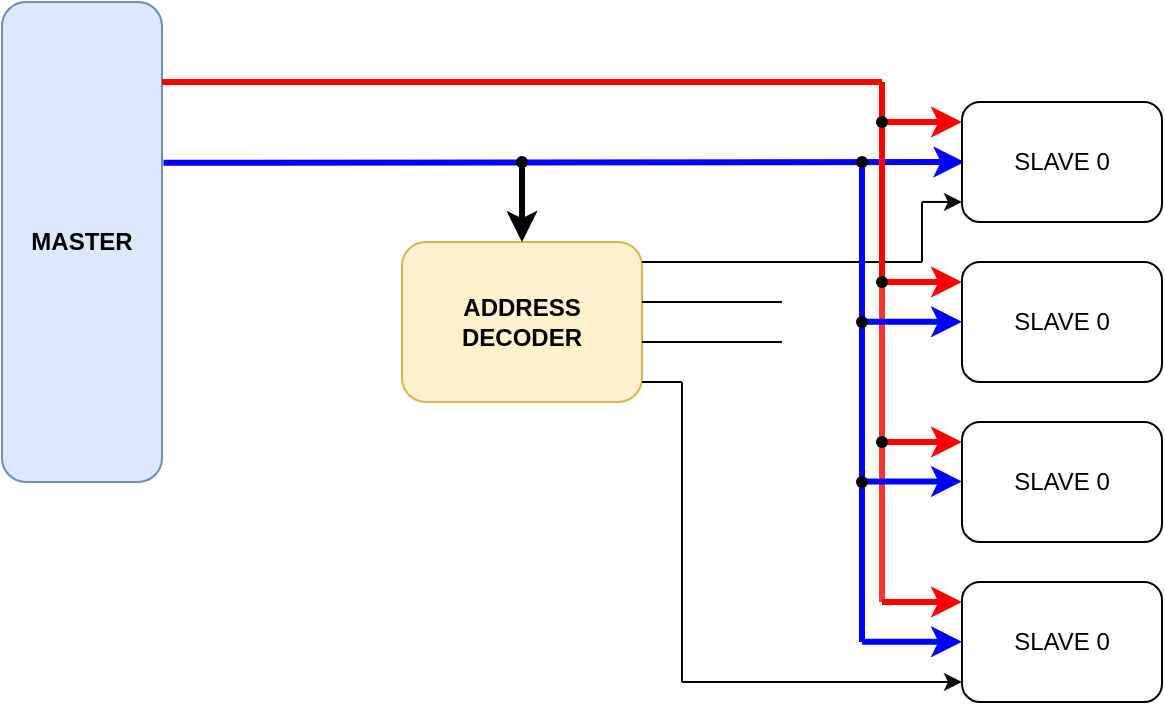
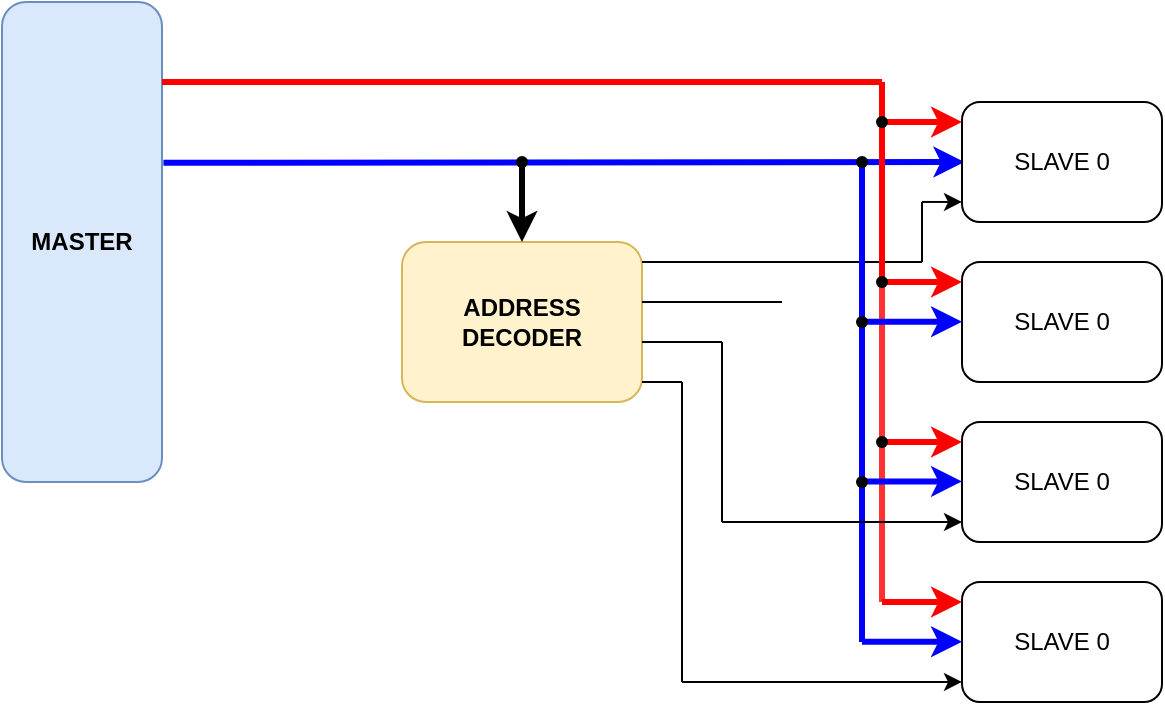
<mxfile host="app.diagrams.net" agent="Mozilla/5.0 (Windows NT 10.0; Win64; x64) AppleWebKit/537.36 (KHTML, like Gecko) Chrome/144.0.0.0 Safari/537.36 Edg/144.0.0.0" pages="4">
  <diagram id="00dOMP4ly3Yvcw6Omt_P" name="AHB Block Diagram">
    <mxGraphModel dx="255" dy="368" grid="1" gridSize="10" guides="1" tooltips="1" connect="1" arrows="1" fold="1" page="1" pageScale="1" pageWidth="850" pageHeight="1100" math="0" shadow="0">
      <root>
        <mxCell id="0" />
        <mxCell id="1" parent="0" />
        <mxCell id="WVtcaOnAu4kVJNJomXHp-1" parent="1" style="rounded=1;whiteSpace=wrap;html=1;fillColor=#dae8fc;strokeColor=#6c8ebf;" value="&lt;b&gt;MASTER&lt;/b&gt;" vertex="1">
          <mxGeometry height="240" width="80" x="80" y="160" as="geometry" />
        </mxCell>
        <mxCell id="WVtcaOnAu4kVJNJomXHp-3" parent="1" style="rounded=1;whiteSpace=wrap;html=1;fillColor=#fff2cc;strokeColor=#d6b656;" value="&lt;b&gt;ADDRESS DECODER&lt;/b&gt;" vertex="1">
          <mxGeometry height="80" width="120" x="280" y="280" as="geometry" />
        </mxCell>
        <mxCell id="WVtcaOnAu4kVJNJomXHp-4" edge="1" parent="1" source="WVtcaOnAu4kVJNJomXHp-1" style="endArrow=classic;html=1;rounded=0;exitX=1.009;exitY=0.335;exitDx=0;exitDy=0;exitPerimeter=0;strokeWidth=3;strokeColor=#0000FF;" value="">
          <mxGeometry height="50" relative="1" width="50" as="geometry">
            <mxPoint x="170" y="240" as="sourcePoint" />
            <mxPoint x="561.2" y="240" as="targetPoint" />
          </mxGeometry>
        </mxCell>
        <mxCell id="WVtcaOnAu4kVJNJomXHp-5" edge="1" parent="1" source="WVtcaOnAu4kVJNJomXHp-6" style="endArrow=classic;html=1;rounded=0;entryX=0.5;entryY=0;entryDx=0;entryDy=0;strokeWidth=3;" target="WVtcaOnAu4kVJNJomXHp-3" value="">
          <mxGeometry height="50" relative="1" width="50" as="geometry">
            <mxPoint x="340" y="240" as="sourcePoint" />
            <mxPoint x="390" y="190" as="targetPoint" />
          </mxGeometry>
        </mxCell>
        <mxCell id="WVtcaOnAu4kVJNJomXHp-6" parent="1" style="shape=waypoint;sketch=0;fillStyle=solid;size=6;pointerEvents=1;points=[];fillColor=none;resizable=0;rotatable=0;perimeter=centerPerimeter;snapToPoint=1;" value="" vertex="1">
          <mxGeometry height="20" width="20" x="330" y="230" as="geometry" />
        </mxCell>
        <mxCell id="WVtcaOnAu4kVJNJomXHp-7" parent="1" style="rounded=1;whiteSpace=wrap;html=1;" value="SLAVE 0" vertex="1">
          <mxGeometry height="60" width="100" x="560" y="210" as="geometry" />
        </mxCell>
        <mxCell id="WVtcaOnAu4kVJNJomXHp-8" parent="1" style="rounded=1;whiteSpace=wrap;html=1;" value="SLAVE 0" vertex="1">
          <mxGeometry height="60" width="100" x="560" y="290" as="geometry" />
        </mxCell>
        <mxCell id="WVtcaOnAu4kVJNJomXHp-9" parent="1" style="rounded=1;whiteSpace=wrap;html=1;" value="SLAVE 0" vertex="1">
          <mxGeometry height="60" width="100" x="560" y="370" as="geometry" />
        </mxCell>
        <mxCell id="WVtcaOnAu4kVJNJomXHp-10" parent="1" style="rounded=1;whiteSpace=wrap;html=1;" value="SLAVE 0" vertex="1">
          <mxGeometry height="60" width="100" x="560" y="450" as="geometry" />
        </mxCell>
        <mxCell id="WVtcaOnAu4kVJNJomXHp-11" edge="1" parent="1" source="WVtcaOnAu4kVJNJomXHp-3" style="endArrow=none;html=1;rounded=0;exitX=1;exitY=0.125;exitDx=0;exitDy=0;exitPerimeter=0;" value="">
          <mxGeometry height="50" relative="1" width="50" as="geometry">
            <mxPoint x="410" y="290" as="sourcePoint" />
            <mxPoint x="540" y="290" as="targetPoint" />
          </mxGeometry>
        </mxCell>
        <mxCell id="WVtcaOnAu4kVJNJomXHp-12" edge="1" parent="1" style="endArrow=none;html=1;rounded=0;" value="">
          <mxGeometry height="50" relative="1" width="50" as="geometry">
            <mxPoint x="540" y="290" as="sourcePoint" />
            <mxPoint x="540" y="260" as="targetPoint" />
          </mxGeometry>
        </mxCell>
        <mxCell id="WVtcaOnAu4kVJNJomXHp-13" edge="1" parent="1" style="endArrow=classic;html=1;rounded=0;entryX=0;entryY=0.833;entryDx=0;entryDy=0;entryPerimeter=0;" target="WVtcaOnAu4kVJNJomXHp-7" value="">
          <mxGeometry height="50" relative="1" width="50" as="geometry">
            <mxPoint x="540" y="259.98" as="sourcePoint" />
            <mxPoint x="540" y="260" as="targetPoint" />
          </mxGeometry>
        </mxCell>
        <mxCell id="WVtcaOnAu4kVJNJomXHp-18" edge="1" parent="1" style="endArrow=none;html=1;rounded=0;strokeWidth=3;strokeColor=#FF0000;" value="">
          <mxGeometry height="50" relative="1" width="50" as="geometry">
            <mxPoint x="160" y="200" as="sourcePoint" />
            <mxPoint x="520" y="200" as="targetPoint" />
          </mxGeometry>
        </mxCell>
        <mxCell id="WVtcaOnAu4kVJNJomXHp-19" edge="1" parent="1" source="WVtcaOnAu4kVJNJomXHp-25" style="endArrow=none;html=1;rounded=0;strokeWidth=3;strokeColor=#FF0000;" value="">
          <mxGeometry height="50" relative="1" width="50" as="geometry">
            <mxPoint x="520" y="380" as="sourcePoint" />
            <mxPoint x="520" y="200" as="targetPoint" />
          </mxGeometry>
        </mxCell>
        <mxCell id="WVtcaOnAu4kVJNJomXHp-20" edge="1" parent="1" style="endArrow=classic;html=1;rounded=0;entryX=0;entryY=0.167;entryDx=0;entryDy=0;entryPerimeter=0;strokeWidth=3;strokeColor=#FF0000;" target="WVtcaOnAu4kVJNJomXHp-7" value="">
          <mxGeometry height="50" relative="1" width="50" as="geometry">
            <mxPoint x="520" y="220" as="sourcePoint" />
            <mxPoint x="570" y="170" as="targetPoint" />
          </mxGeometry>
        </mxCell>
        <mxCell id="WVtcaOnAu4kVJNJomXHp-22" edge="1" parent="1" style="endArrow=classic;html=1;rounded=0;entryX=0;entryY=0.167;entryDx=0;entryDy=0;entryPerimeter=0;strokeWidth=3;strokeColor=#FF0000;" value="">
          <mxGeometry height="50" relative="1" width="50" as="geometry">
            <mxPoint x="520" y="300" as="sourcePoint" />
            <mxPoint x="560" y="300" as="targetPoint" />
          </mxGeometry>
        </mxCell>
        <mxCell id="WVtcaOnAu4kVJNJomXHp-23" parent="1" style="shape=waypoint;sketch=0;fillStyle=solid;size=6;pointerEvents=1;points=[];fillColor=none;resizable=0;rotatable=0;perimeter=centerPerimeter;snapToPoint=1;" value="" vertex="1">
          <mxGeometry height="20" width="20" x="510" y="210" as="geometry" />
        </mxCell>
        <mxCell id="WVtcaOnAu4kVJNJomXHp-24" edge="1" parent="1" style="endArrow=classic;html=1;rounded=0;entryX=0;entryY=0.167;entryDx=0;entryDy=0;entryPerimeter=0;strokeWidth=3;strokeColor=#FF0000;" value="">
          <mxGeometry height="50" relative="1" width="50" as="geometry">
            <mxPoint x="520" y="380" as="sourcePoint" />
            <mxPoint x="560" y="380" as="targetPoint" />
          </mxGeometry>
        </mxCell>
        <mxCell id="WVtcaOnAu4kVJNJomXHp-26" edge="1" parent="1" style="endArrow=none;html=1;rounded=0;strokeWidth=3;strokeColor=#FF3333;" target="WVtcaOnAu4kVJNJomXHp-25" value="">
          <mxGeometry height="50" relative="1" width="50" as="geometry">
            <mxPoint x="520" y="460" as="sourcePoint" />
            <mxPoint x="520" y="200" as="targetPoint" />
          </mxGeometry>
        </mxCell>
        <mxCell id="WVtcaOnAu4kVJNJomXHp-25" parent="1" style="shape=waypoint;sketch=0;fillStyle=solid;size=6;pointerEvents=1;points=[];fillColor=none;resizable=0;rotatable=0;perimeter=centerPerimeter;snapToPoint=1;" value="" vertex="1">
          <mxGeometry height="20" width="20" x="510" y="290" as="geometry" />
        </mxCell>
        <mxCell id="WVtcaOnAu4kVJNJomXHp-27" edge="1" parent="1" style="endArrow=none;html=1;rounded=0;strokeWidth=3;strokeColor=#0000FF;" target="WVtcaOnAu4kVJNJomXHp-30" value="">
          <mxGeometry height="50" relative="1" width="50" as="geometry">
            <mxPoint x="510" y="480" as="sourcePoint" />
            <mxPoint x="510" y="240" as="targetPoint" />
          </mxGeometry>
        </mxCell>
        <mxCell id="WVtcaOnAu4kVJNJomXHp-28" edge="1" parent="1" style="endArrow=classic;html=1;rounded=0;entryX=0;entryY=0.167;entryDx=0;entryDy=0;entryPerimeter=0;strokeWidth=3;strokeColor=#0000FF;" value="">
          <mxGeometry height="50" relative="1" width="50" as="geometry">
            <mxPoint x="510" y="399.72" as="sourcePoint" />
            <mxPoint x="560" y="399.72" as="targetPoint" />
          </mxGeometry>
        </mxCell>
        <mxCell id="WVtcaOnAu4kVJNJomXHp-29" edge="1" parent="1" style="endArrow=classic;html=1;rounded=0;entryX=0;entryY=0.167;entryDx=0;entryDy=0;entryPerimeter=0;strokeWidth=3;strokeColor=#0000FF;" value="">
          <mxGeometry height="50" relative="1" width="50" as="geometry">
            <mxPoint x="510" y="319.86" as="sourcePoint" />
            <mxPoint x="560" y="319.86" as="targetPoint" />
          </mxGeometry>
        </mxCell>
        <mxCell id="WVtcaOnAu4kVJNJomXHp-30" parent="1" style="shape=waypoint;sketch=0;fillStyle=solid;size=6;pointerEvents=1;points=[];fillColor=none;resizable=0;rotatable=0;perimeter=centerPerimeter;snapToPoint=1;" value="" vertex="1">
          <mxGeometry height="20" width="20" x="500.0000000000001" y="230" as="geometry" />
        </mxCell>
        <mxCell id="WVtcaOnAu4kVJNJomXHp-31" parent="1" style="shape=waypoint;sketch=0;fillStyle=solid;size=6;pointerEvents=1;points=[];fillColor=none;resizable=0;rotatable=0;perimeter=centerPerimeter;snapToPoint=1;" value="" vertex="1">
          <mxGeometry height="20" width="20" x="500" y="310" as="geometry" />
        </mxCell>
        <mxCell id="WVtcaOnAu4kVJNJomXHp-32" edge="1" parent="1" style="endArrow=classic;html=1;rounded=0;entryX=0;entryY=0.167;entryDx=0;entryDy=0;entryPerimeter=0;strokeWidth=3;strokeColor=#FF0000;" value="">
          <mxGeometry height="50" relative="1" width="50" as="geometry">
            <mxPoint x="520" y="460" as="sourcePoint" />
            <mxPoint x="560" y="460" as="targetPoint" />
          </mxGeometry>
        </mxCell>
        <mxCell id="WVtcaOnAu4kVJNJomXHp-33" edge="1" parent="1" style="endArrow=classic;html=1;rounded=0;entryX=0;entryY=0.167;entryDx=0;entryDy=0;entryPerimeter=0;strokeWidth=3;strokeColor=#0000FF;" value="">
          <mxGeometry height="50" relative="1" width="50" as="geometry">
            <mxPoint x="510" y="479.88" as="sourcePoint" />
            <mxPoint x="560" y="479.88" as="targetPoint" />
          </mxGeometry>
        </mxCell>
        <mxCell id="WVtcaOnAu4kVJNJomXHp-34" parent="1" style="shape=waypoint;sketch=0;fillStyle=solid;size=6;pointerEvents=1;points=[];fillColor=none;resizable=0;rotatable=0;perimeter=centerPerimeter;snapToPoint=1;" value="" vertex="1">
          <mxGeometry height="20" width="20" x="510" y="370" as="geometry" />
        </mxCell>
        <mxCell id="WVtcaOnAu4kVJNJomXHp-35" parent="1" style="shape=waypoint;sketch=0;fillStyle=solid;size=6;pointerEvents=1;points=[];fillColor=none;resizable=0;rotatable=0;perimeter=centerPerimeter;snapToPoint=1;" value="" vertex="1">
          <mxGeometry height="20" width="20" x="500" y="390" as="geometry" />
        </mxCell>
        <mxCell id="WVtcaOnAu4kVJNJomXHp-38" edge="1" parent="1" style="endArrow=none;html=1;rounded=0;" value="">
          <mxGeometry height="50" relative="1" width="50" as="geometry">
            <mxPoint x="400" y="310" as="sourcePoint" />
            <mxPoint x="470" y="310" as="targetPoint" />
          </mxGeometry>
        </mxCell>
        <mxCell id="WVtcaOnAu4kVJNJomXHp-39" edge="1" parent="1" style="endArrow=none;html=1;rounded=0;" value="">
          <mxGeometry height="50" relative="1" width="50" as="geometry">
            <mxPoint x="400" y="330" as="sourcePoint" />
-             <mxPoint x="470" y="330" as="targetPoint" />
+             <mxPoint x="440" y="330" as="targetPoint" />
          </mxGeometry>
        </mxCell>
        <mxCell id="WVtcaOnAu4kVJNJomXHp-40" edge="1" parent="1" style="endArrow=none;html=1;rounded=0;" value="">
          <mxGeometry height="50" relative="1" width="50" as="geometry">
            <mxPoint x="400" y="350" as="sourcePoint" />
            <mxPoint x="420" y="350" as="targetPoint" />
          </mxGeometry>
        </mxCell>
        <mxCell id="WVtcaOnAu4kVJNJomXHp-41" edge="1" parent="1" style="endArrow=none;html=1;rounded=0;" value="">
          <mxGeometry height="50" relative="1" width="50" as="geometry">
            <mxPoint x="420" y="500" as="sourcePoint" />
            <mxPoint x="420" y="350" as="targetPoint" />
          </mxGeometry>
        </mxCell>
        <mxCell id="WVtcaOnAu4kVJNJomXHp-42" edge="1" parent="1" style="endArrow=classic;html=1;rounded=0;entryX=0;entryY=0.833;entryDx=0;entryDy=0;entryPerimeter=0;" target="WVtcaOnAu4kVJNJomXHp-10" value="">
          <mxGeometry height="50" relative="1" width="50" as="geometry">
            <mxPoint x="420" y="500" as="sourcePoint" />
            <mxPoint x="470" y="450" as="targetPoint" />
+           </mxGeometry>
+         </mxCell>
+         <mxCell id="WVtcaOnAu4kVJNJomXHp-43" edge="1" parent="1" style="endArrow=none;html=1;rounded=0;" value="">
+           <mxGeometry height="50" relative="1" width="50" as="geometry">
+             <mxPoint x="440" y="420" as="sourcePoint" />
+             <mxPoint x="440" y="330" as="targetPoint" />
+           </mxGeometry>
+         </mxCell>
+         <mxCell id="WVtcaOnAu4kVJNJomXHp-44" edge="1" parent="1" style="endArrow=classic;html=1;rounded=0;entryX=0;entryY=0.833;entryDx=0;entryDy=0;entryPerimeter=0;" value="">
+           <mxGeometry height="50" relative="1" width="50" as="geometry">
+             <mxPoint x="440" y="420" as="sourcePoint" />
+             <mxPoint x="560" y="420" as="targetPoint" />
          </mxGeometry>
        </mxCell>
      </root>
    </mxGraphModel>
  </diagram>
  <diagram name="AHB Interface" id="AxdGKtdG9Rmgfqjtrl1U">
    <mxGraphModel dx="2046" dy="1106" grid="1" gridSize="10" guides="1" tooltips="1" connect="1" arrows="1" fold="1" page="1" pageScale="1" pageWidth="850" pageHeight="1100" math="0" shadow="0">
      <root>
        <mxCell id="0" />
        <mxCell id="1" parent="0" />
        <mxCell id="BZ9neWvH9tw47nREzwFn-1" parent="1" style="rounded=0;whiteSpace=wrap;html=1;" value="&lt;font style=&quot;font-size: 16px;&quot;&gt;&lt;b&gt;Manager&lt;/b&gt;&lt;/font&gt;" vertex="1">
          <mxGeometry height="200" width="120" x="400" y="80" as="geometry" />
        </mxCell>
        <mxCell id="BZ9neWvH9tw47nREzwFn-2" edge="1" parent="1" style="endArrow=classic;html=1;rounded=0;" value="">
          <mxGeometry height="50" relative="1" width="50" as="geometry">
            <mxPoint x="360" y="100" as="sourcePoint" />
            <mxPoint x="400" y="100" as="targetPoint" />
          </mxGeometry>
        </mxCell>
        <mxCell id="BZ9neWvH9tw47nREzwFn-3" edge="1" parent="1" style="endArrow=classic;html=1;rounded=0;" value="">
          <mxGeometry height="50" relative="1" width="50" as="geometry">
            <mxPoint x="360" y="120" as="sourcePoint" />
            <mxPoint x="400" y="120" as="targetPoint" />
          </mxGeometry>
        </mxCell>
        <mxCell id="BZ9neWvH9tw47nREzwFn-4" parent="1" style="text;html=1;whiteSpace=wrap;strokeColor=none;fillColor=none;align=center;verticalAlign=middle;rounded=0;fontStyle=1" value="HCLK" vertex="1">
          <mxGeometry height="20" width="40" x="320" y="90" as="geometry" />
        </mxCell>
        <mxCell id="BZ9neWvH9tw47nREzwFn-5" parent="1" style="text;html=1;whiteSpace=wrap;strokeColor=none;fillColor=none;align=center;verticalAlign=middle;rounded=0;fontStyle=1" value="HRESETn" vertex="1">
          <mxGeometry height="20" width="60" x="300" y="110" as="geometry" />
        </mxCell>
        <mxCell id="BZ9neWvH9tw47nREzwFn-6" parent="1" style="text;html=1;whiteSpace=wrap;strokeColor=none;fillColor=none;align=center;verticalAlign=middle;rounded=0;fontStyle=1" value="HREADY" vertex="1">
          <mxGeometry height="20" width="60" x="300" y="150" as="geometry" />
        </mxCell>
        <mxCell id="BZ9neWvH9tw47nREzwFn-7" edge="1" parent="1" style="endArrow=classic;html=1;rounded=0;" value="">
          <mxGeometry height="50" relative="1" width="50" as="geometry">
            <mxPoint x="360" y="160" as="sourcePoint" />
            <mxPoint x="400" y="160" as="targetPoint" />
          </mxGeometry>
        </mxCell>
        <mxCell id="BZ9neWvH9tw47nREzwFn-8" edge="1" parent="1" style="endArrow=classic;html=1;rounded=0;" value="">
          <mxGeometry height="50" relative="1" width="50" as="geometry">
            <mxPoint x="360" y="180" as="sourcePoint" />
            <mxPoint x="400" y="180" as="targetPoint" />
          </mxGeometry>
        </mxCell>
        <mxCell id="BZ9neWvH9tw47nREzwFn-9" parent="1" style="text;html=1;whiteSpace=wrap;strokeColor=none;fillColor=none;align=center;verticalAlign=middle;rounded=0;fontStyle=1" value="HSELx" vertex="1">
          <mxGeometry height="20" width="60" x="310" y="430" as="geometry" />
        </mxCell>
        <mxCell id="BZ9neWvH9tw47nREzwFn-10" edge="1" parent="1" style="endArrow=classic;html=1;rounded=0;" value="">
          <mxGeometry height="50" relative="1" width="50" as="geometry">
            <mxPoint x="360" y="260" as="sourcePoint" />
            <mxPoint x="400" y="260" as="targetPoint" />
          </mxGeometry>
        </mxCell>
        <mxCell id="BZ9neWvH9tw47nREzwFn-11" parent="1" style="text;html=1;whiteSpace=wrap;strokeColor=none;fillColor=none;align=center;verticalAlign=middle;rounded=0;fontStyle=1" value="HRDATA[31:0]" vertex="1">
          <mxGeometry height="20" width="90" x="270" y="250" as="geometry" />
        </mxCell>
        <mxCell id="BZ9neWvH9tw47nREzwFn-12" edge="1" parent="1" style="endArrow=classic;html=1;rounded=0;" value="">
          <mxGeometry height="50" relative="1" width="50" as="geometry">
            <mxPoint x="520" y="99.83" as="sourcePoint" />
            <mxPoint x="560" y="99.83" as="targetPoint" />
          </mxGeometry>
        </mxCell>
        <mxCell id="BZ9neWvH9tw47nREzwFn-13" edge="1" parent="1" style="endArrow=classic;html=1;rounded=0;" value="">
          <mxGeometry height="50" relative="1" width="50" as="geometry">
            <mxPoint x="520" y="119.83" as="sourcePoint" />
            <mxPoint x="560" y="119.83" as="targetPoint" />
          </mxGeometry>
        </mxCell>
        <mxCell id="BZ9neWvH9tw47nREzwFn-14" edge="1" parent="1" style="endArrow=classic;html=1;rounded=0;" value="">
          <mxGeometry height="50" relative="1" width="50" as="geometry">
            <mxPoint x="520" y="159.83" as="sourcePoint" />
            <mxPoint x="560" y="159.83" as="targetPoint" />
          </mxGeometry>
        </mxCell>
        <mxCell id="BZ9neWvH9tw47nREzwFn-15" edge="1" parent="1" style="endArrow=classic;html=1;rounded=0;" value="">
          <mxGeometry height="50" relative="1" width="50" as="geometry">
            <mxPoint x="520" y="140" as="sourcePoint" />
            <mxPoint x="560" y="140" as="targetPoint" />
          </mxGeometry>
        </mxCell>
        <mxCell id="BZ9neWvH9tw47nREzwFn-16" edge="1" parent="1" style="endArrow=classic;html=1;rounded=0;" value="">
          <mxGeometry height="50" relative="1" width="50" as="geometry">
            <mxPoint x="520" y="179.83" as="sourcePoint" />
            <mxPoint x="560" y="179.83" as="targetPoint" />
          </mxGeometry>
        </mxCell>
        <mxCell id="BZ9neWvH9tw47nREzwFn-17" edge="1" parent="1" style="endArrow=classic;html=1;rounded=0;" value="">
          <mxGeometry height="50" relative="1" width="50" as="geometry">
            <mxPoint x="520" y="200" as="sourcePoint" />
            <mxPoint x="560" y="200" as="targetPoint" />
          </mxGeometry>
        </mxCell>
        <mxCell id="BZ9neWvH9tw47nREzwFn-18" parent="1" style="text;html=1;whiteSpace=wrap;strokeColor=none;fillColor=none;align=center;verticalAlign=middle;rounded=0;fontStyle=1" value="HADDR[31:0]" vertex="1">
          <mxGeometry height="20" width="80" x="560" y="90" as="geometry" />
        </mxCell>
        <mxCell id="BZ9neWvH9tw47nREzwFn-19" parent="1" style="text;html=1;whiteSpace=wrap;strokeColor=none;fillColor=none;align=center;verticalAlign=middle;rounded=0;fontStyle=1" value="HWRITE" vertex="1">
          <mxGeometry height="20" width="60" x="560" y="110" as="geometry" />
        </mxCell>
        <mxCell id="BZ9neWvH9tw47nREzwFn-20" parent="1" style="text;html=1;whiteSpace=wrap;strokeColor=none;fillColor=none;align=center;verticalAlign=middle;rounded=0;fontStyle=1" value="HSIZE[2:0]" vertex="1">
          <mxGeometry height="20" width="70" x="560" y="130" as="geometry" />
        </mxCell>
        <mxCell id="BZ9neWvH9tw47nREzwFn-21" parent="1" style="text;html=1;whiteSpace=wrap;strokeColor=none;fillColor=none;align=center;verticalAlign=middle;rounded=0;fontStyle=1" value="HBURST[2:0]" vertex="1">
          <mxGeometry height="20" width="80" x="560" y="150" as="geometry" />
        </mxCell>
        <mxCell id="BZ9neWvH9tw47nREzwFn-22" parent="1" style="text;html=1;whiteSpace=wrap;strokeColor=none;fillColor=none;align=center;verticalAlign=middle;rounded=0;fontStyle=1" value="HPROT[3:0]" vertex="1">
          <mxGeometry height="20" width="80" x="560" y="170" as="geometry" />
        </mxCell>
        <mxCell id="BZ9neWvH9tw47nREzwFn-23" parent="1" style="text;html=1;whiteSpace=wrap;strokeColor=none;fillColor=none;align=center;verticalAlign=middle;rounded=0;fontStyle=1" value="HTRANS[1:0]" vertex="1">
          <mxGeometry height="20" width="80" x="560" y="190" as="geometry" />
        </mxCell>
        <mxCell id="BZ9neWvH9tw47nREzwFn-24" edge="1" parent="1" style="endArrow=classic;html=1;rounded=0;" value="">
          <mxGeometry height="50" relative="1" width="50" as="geometry">
            <mxPoint x="520" y="220" as="sourcePoint" />
            <mxPoint x="560" y="220" as="targetPoint" />
          </mxGeometry>
        </mxCell>
        <mxCell id="BZ9neWvH9tw47nREzwFn-25" parent="1" style="text;html=1;whiteSpace=wrap;strokeColor=none;fillColor=none;align=center;verticalAlign=middle;rounded=0;fontStyle=1" value="HMASTLOCK" vertex="1">
          <mxGeometry height="20" width="80" x="560" y="210" as="geometry" />
        </mxCell>
        <mxCell id="BZ9neWvH9tw47nREzwFn-26" edge="1" parent="1" style="endArrow=classic;html=1;rounded=0;" value="">
          <mxGeometry height="50" relative="1" width="50" as="geometry">
            <mxPoint x="520" y="259.8" as="sourcePoint" />
            <mxPoint x="560" y="259.8" as="targetPoint" />
          </mxGeometry>
        </mxCell>
        <mxCell id="BZ9neWvH9tw47nREzwFn-30" parent="1" style="text;html=1;whiteSpace=wrap;strokeColor=none;fillColor=none;align=center;verticalAlign=middle;rounded=0;fontStyle=1" value="HWDATA[31:0]" vertex="1">
          <mxGeometry height="20" width="95" x="555" y="250" as="geometry" />
        </mxCell>
        <mxCell id="BZ9neWvH9tw47nREzwFn-31" parent="1" style="rounded=0;whiteSpace=wrap;html=1;" value="&lt;font style=&quot;font-size: 16px;&quot;&gt;&lt;b&gt;Slave&lt;/b&gt;&lt;/font&gt;" vertex="1">
          <mxGeometry height="320" width="120" x="400" y="360" as="geometry" />
        </mxCell>
        <mxCell id="BZ9neWvH9tw47nREzwFn-32" edge="1" parent="1" style="endArrow=classic;html=1;rounded=0;" value="">
          <mxGeometry height="50" relative="1" width="50" as="geometry">
            <mxPoint x="360" y="489.83" as="sourcePoint" />
            <mxPoint x="400" y="489.83" as="targetPoint" />
          </mxGeometry>
        </mxCell>
        <mxCell id="BZ9neWvH9tw47nREzwFn-33" edge="1" parent="1" style="endArrow=classic;html=1;rounded=0;" value="">
          <mxGeometry height="50" relative="1" width="50" as="geometry">
            <mxPoint x="360" y="509.83" as="sourcePoint" />
            <mxPoint x="400" y="509.83" as="targetPoint" />
          </mxGeometry>
        </mxCell>
        <mxCell id="BZ9neWvH9tw47nREzwFn-34" edge="1" parent="1" style="endArrow=classic;html=1;rounded=0;" value="">
          <mxGeometry height="50" relative="1" width="50" as="geometry">
            <mxPoint x="360" y="549.83" as="sourcePoint" />
            <mxPoint x="400" y="549.83" as="targetPoint" />
          </mxGeometry>
        </mxCell>
        <mxCell id="BZ9neWvH9tw47nREzwFn-35" edge="1" parent="1" style="endArrow=classic;html=1;rounded=0;" value="">
          <mxGeometry height="50" relative="1" width="50" as="geometry">
            <mxPoint x="360" y="530" as="sourcePoint" />
            <mxPoint x="400" y="530" as="targetPoint" />
          </mxGeometry>
        </mxCell>
        <mxCell id="BZ9neWvH9tw47nREzwFn-36" edge="1" parent="1" style="endArrow=classic;html=1;rounded=0;" value="">
          <mxGeometry height="50" relative="1" width="50" as="geometry">
            <mxPoint x="360" y="569.83" as="sourcePoint" />
            <mxPoint x="400" y="569.83" as="targetPoint" />
          </mxGeometry>
        </mxCell>
        <mxCell id="BZ9neWvH9tw47nREzwFn-37" edge="1" parent="1" style="endArrow=classic;html=1;rounded=0;" value="">
          <mxGeometry height="50" relative="1" width="50" as="geometry">
            <mxPoint x="360" y="590" as="sourcePoint" />
            <mxPoint x="400" y="590" as="targetPoint" />
          </mxGeometry>
        </mxCell>
        <mxCell id="BZ9neWvH9tw47nREzwFn-38" parent="1" style="text;html=1;whiteSpace=wrap;strokeColor=none;fillColor=none;align=center;verticalAlign=middle;rounded=0;fontStyle=1" value="HADDR[31:0]" vertex="1">
          <mxGeometry height="20" width="80" x="275" y="480" as="geometry" />
        </mxCell>
        <mxCell id="BZ9neWvH9tw47nREzwFn-39" parent="1" style="text;html=1;whiteSpace=wrap;strokeColor=none;fillColor=none;align=center;verticalAlign=middle;rounded=0;fontStyle=1" value="HWRITE" vertex="1">
          <mxGeometry height="20" width="60" x="275" y="500" as="geometry" />
        </mxCell>
        <mxCell id="BZ9neWvH9tw47nREzwFn-40" parent="1" style="text;html=1;whiteSpace=wrap;strokeColor=none;fillColor=none;align=center;verticalAlign=middle;rounded=0;fontStyle=1" value="HSIZE[2:0]" vertex="1">
          <mxGeometry height="20" width="70" x="275" y="520" as="geometry" />
        </mxCell>
        <mxCell id="BZ9neWvH9tw47nREzwFn-41" parent="1" style="text;html=1;whiteSpace=wrap;strokeColor=none;fillColor=none;align=center;verticalAlign=middle;rounded=0;fontStyle=1" value="HBURST[2:0]" vertex="1">
          <mxGeometry height="20" width="80" x="275" y="540" as="geometry" />
        </mxCell>
        <mxCell id="BZ9neWvH9tw47nREzwFn-42" parent="1" style="text;html=1;whiteSpace=wrap;strokeColor=none;fillColor=none;align=center;verticalAlign=middle;rounded=0;fontStyle=1" value="HPROT[3:0]" vertex="1">
          <mxGeometry height="20" width="80" x="275" y="560" as="geometry" />
        </mxCell>
        <mxCell id="BZ9neWvH9tw47nREzwFn-43" parent="1" style="text;html=1;whiteSpace=wrap;strokeColor=none;fillColor=none;align=center;verticalAlign=middle;rounded=0;fontStyle=1" value="HTRANS[1:0]" vertex="1">
          <mxGeometry height="20" width="80" x="275" y="580" as="geometry" />
        </mxCell>
        <mxCell id="BZ9neWvH9tw47nREzwFn-44" edge="1" parent="1" style="endArrow=classic;html=1;rounded=0;" value="">
          <mxGeometry height="50" relative="1" width="50" as="geometry">
            <mxPoint x="360" y="610" as="sourcePoint" />
            <mxPoint x="400" y="610" as="targetPoint" />
          </mxGeometry>
        </mxCell>
        <mxCell id="BZ9neWvH9tw47nREzwFn-45" parent="1" style="text;html=1;whiteSpace=wrap;strokeColor=none;fillColor=none;align=center;verticalAlign=middle;rounded=0;fontStyle=1" value="HMASTLOCK" vertex="1">
          <mxGeometry height="20" width="80" x="275" y="600" as="geometry" />
        </mxCell>
        <mxCell id="BZ9neWvH9tw47nREzwFn-46" edge="1" parent="1" style="endArrow=classic;html=1;rounded=0;" value="">
          <mxGeometry height="50" relative="1" width="50" as="geometry">
            <mxPoint x="360" y="649.8" as="sourcePoint" />
            <mxPoint x="400" y="649.8" as="targetPoint" />
          </mxGeometry>
        </mxCell>
        <mxCell id="BZ9neWvH9tw47nREzwFn-47" parent="1" style="text;html=1;whiteSpace=wrap;strokeColor=none;fillColor=none;align=center;verticalAlign=middle;rounded=0;fontStyle=1" value="HWDATA[31:0]" vertex="1">
          <mxGeometry height="20" width="95" x="270" y="640" as="geometry" />
        </mxCell>
        <mxCell id="BZ9neWvH9tw47nREzwFn-49" edge="1" parent="1" style="endArrow=classic;html=1;rounded=0;" value="">
          <mxGeometry height="50" relative="1" width="50" as="geometry">
            <mxPoint x="360" y="380" as="sourcePoint" />
            <mxPoint x="400" y="380" as="targetPoint" />
          </mxGeometry>
        </mxCell>
        <mxCell id="BZ9neWvH9tw47nREzwFn-50" edge="1" parent="1" style="endArrow=classic;html=1;rounded=0;" value="">
          <mxGeometry height="50" relative="1" width="50" as="geometry">
            <mxPoint x="360" y="400" as="sourcePoint" />
            <mxPoint x="400" y="400" as="targetPoint" />
          </mxGeometry>
        </mxCell>
        <mxCell id="BZ9neWvH9tw47nREzwFn-51" edge="1" parent="1" style="endArrow=classic;html=1;rounded=0;" value="">
          <mxGeometry height="50" relative="1" width="50" as="geometry">
            <mxPoint x="360" y="440" as="sourcePoint" />
            <mxPoint x="400" y="440" as="targetPoint" />
          </mxGeometry>
        </mxCell>
        <mxCell id="BZ9neWvH9tw47nREzwFn-52" parent="1" style="text;html=1;whiteSpace=wrap;strokeColor=none;fillColor=none;align=center;verticalAlign=middle;rounded=0;fontStyle=1" value="HCLK" vertex="1">
          <mxGeometry height="20" width="40" x="320" y="370" as="geometry" />
        </mxCell>
        <mxCell id="BZ9neWvH9tw47nREzwFn-53" parent="1" style="text;html=1;whiteSpace=wrap;strokeColor=none;fillColor=none;align=center;verticalAlign=middle;rounded=0;fontStyle=1" value="HRESETn" vertex="1">
          <mxGeometry height="20" width="60" x="300" y="390" as="geometry" />
        </mxCell>
        <mxCell id="BZ9neWvH9tw47nREzwFn-54" parent="1" style="shape=curlyBracket;whiteSpace=wrap;html=1;rounded=1;labelPosition=left;verticalLabelPosition=middle;align=right;verticalAlign=middle;" value="" vertex="1">
          <mxGeometry height="35" width="20" x="230" y="90" as="geometry" />
        </mxCell>
        <mxCell id="BZ9neWvH9tw47nREzwFn-55" parent="1" style="text;html=1;whiteSpace=wrap;strokeColor=none;fillColor=none;align=center;verticalAlign=middle;rounded=0;fontStyle=1" value="HRESP" vertex="1">
          <mxGeometry height="20" width="60" x="300" y="170" as="geometry" />
        </mxCell>
        <mxCell id="BZ9neWvH9tw47nREzwFn-56" parent="1" style="shape=curlyBracket;whiteSpace=wrap;html=1;rounded=1;labelPosition=left;verticalLabelPosition=middle;align=right;verticalAlign=middle;" value="" vertex="1">
          <mxGeometry height="140" width="20" x="230" y="480" as="geometry" />
        </mxCell>
        <mxCell id="BZ9neWvH9tw47nREzwFn-57" parent="1" style="shape=curlyBracket;whiteSpace=wrap;html=1;rounded=1;labelPosition=left;verticalLabelPosition=middle;align=right;verticalAlign=middle;rotation=-180;" value="" vertex="1">
          <mxGeometry height="135" width="20" x="650" y="90" as="geometry" />
        </mxCell>
        <mxCell id="BZ9neWvH9tw47nREzwFn-58" parent="1" style="text;html=1;whiteSpace=wrap;strokeColor=none;fillColor=none;align=center;verticalAlign=middle;rounded=0;fontStyle=1" value="&lt;span style=&quot;font-weight: normal;&quot;&gt;Global signals&lt;/span&gt;" vertex="1">
          <mxGeometry height="20" width="90" x="140" y="97.5" as="geometry" />
        </mxCell>
        <mxCell id="BZ9neWvH9tw47nREzwFn-59" parent="1" style="text;html=1;whiteSpace=wrap;strokeColor=none;fillColor=none;align=center;verticalAlign=middle;rounded=0;fontStyle=1" value="&lt;span style=&quot;font-weight: normal;&quot;&gt;Transfer response&lt;/span&gt;" vertex="1">
          <mxGeometry height="20" width="60" x="170" y="157.5" as="geometry" />
        </mxCell>
        <mxCell id="BZ9neWvH9tw47nREzwFn-60" parent="1" style="text;html=1;whiteSpace=wrap;strokeColor=none;fillColor=none;align=center;verticalAlign=middle;rounded=0;fontStyle=1" value="&lt;span style=&quot;font-weight: normal;&quot;&gt;Data&lt;/span&gt;" vertex="1">
          <mxGeometry height="20" width="60" x="170" y="250" as="geometry" />
        </mxCell>
        <mxCell id="BZ9neWvH9tw47nREzwFn-61" parent="1" style="text;html=1;whiteSpace=wrap;strokeColor=none;fillColor=none;align=center;verticalAlign=middle;rounded=0;fontStyle=1" value="&lt;span style=&quot;font-weight: normal;&quot;&gt;Address and control signals&lt;/span&gt;" vertex="1">
          <mxGeometry height="37.5" width="90" x="670" y="140" as="geometry" />
        </mxCell>
        <mxCell id="BZ9neWvH9tw47nREzwFn-62" parent="1" style="shape=curlyBracket;whiteSpace=wrap;html=1;rounded=1;labelPosition=left;verticalLabelPosition=middle;align=right;verticalAlign=middle;" value="" vertex="1">
          <mxGeometry height="35" width="20" x="230" y="150" as="geometry" />
        </mxCell>
        <mxCell id="BZ9neWvH9tw47nREzwFn-63" parent="1" style="text;html=1;whiteSpace=wrap;strokeColor=none;fillColor=none;align=center;verticalAlign=middle;rounded=0;fontStyle=1" value="&lt;span style=&quot;font-weight: normal;&quot;&gt;Address and control signals&lt;/span&gt;" vertex="1">
          <mxGeometry height="37.5" width="90" x="140" y="531" as="geometry" />
        </mxCell>
        <mxCell id="BZ9neWvH9tw47nREzwFn-64" parent="1" style="shape=curlyBracket;whiteSpace=wrap;html=1;rounded=1;labelPosition=left;verticalLabelPosition=middle;align=right;verticalAlign=middle;" value="" vertex="1">
          <mxGeometry height="35" width="20" x="230" y="375" as="geometry" />
        </mxCell>
        <mxCell id="BZ9neWvH9tw47nREzwFn-65" parent="1" style="text;html=1;whiteSpace=wrap;strokeColor=none;fillColor=none;align=center;verticalAlign=middle;rounded=0;fontStyle=1" value="&lt;span style=&quot;font-weight: normal;&quot;&gt;Global signals&lt;/span&gt;" vertex="1">
          <mxGeometry height="20" width="90" x="140" y="382.5" as="geometry" />
        </mxCell>
        <mxCell id="BZ9neWvH9tw47nREzwFn-66" parent="1" style="text;html=1;whiteSpace=wrap;strokeColor=none;fillColor=none;align=center;verticalAlign=middle;rounded=0;fontStyle=1" value="&lt;span style=&quot;font-weight: normal;&quot;&gt;Data&lt;/span&gt;" vertex="1">
          <mxGeometry height="20" width="60" x="670" y="250" as="geometry" />
        </mxCell>
        <mxCell id="BZ9neWvH9tw47nREzwFn-67" edge="1" parent="1" style="endArrow=classic;html=1;rounded=0;" value="">
          <mxGeometry height="50" relative="1" width="50" as="geometry">
            <mxPoint x="520" y="490" as="sourcePoint" />
            <mxPoint x="560" y="490" as="targetPoint" />
          </mxGeometry>
        </mxCell>
        <mxCell id="BZ9neWvH9tw47nREzwFn-68" edge="1" parent="1" style="endArrow=classic;html=1;rounded=0;" value="">
          <mxGeometry height="50" relative="1" width="50" as="geometry">
            <mxPoint x="520" y="510" as="sourcePoint" />
            <mxPoint x="560" y="510" as="targetPoint" />
          </mxGeometry>
        </mxCell>
        <mxCell id="BZ9neWvH9tw47nREzwFn-69" parent="1" style="text;html=1;whiteSpace=wrap;strokeColor=none;fillColor=none;align=center;verticalAlign=middle;rounded=0;fontStyle=1" value="HREADY" vertex="1">
          <mxGeometry height="20" width="60" x="560" y="480" as="geometry" />
        </mxCell>
        <mxCell id="BZ9neWvH9tw47nREzwFn-70" parent="1" style="text;html=1;whiteSpace=wrap;strokeColor=none;fillColor=none;align=center;verticalAlign=middle;rounded=0;fontStyle=1" value="HRESP" vertex="1">
          <mxGeometry height="20" width="60" x="560" y="500" as="geometry" />
        </mxCell>
        <mxCell id="BZ9neWvH9tw47nREzwFn-71" edge="1" parent="1" style="endArrow=classic;html=1;rounded=0;" value="">
          <mxGeometry height="50" relative="1" width="50" as="geometry">
            <mxPoint x="520" y="649.6600000000001" as="sourcePoint" />
            <mxPoint x="560" y="649.6600000000001" as="targetPoint" />
          </mxGeometry>
        </mxCell>
        <mxCell id="BZ9neWvH9tw47nREzwFn-72" parent="1" style="text;html=1;whiteSpace=wrap;strokeColor=none;fillColor=none;align=center;verticalAlign=middle;rounded=0;fontStyle=1" value="HRDATA[31:0]" vertex="1">
          <mxGeometry height="20" width="90" x="560" y="640" as="geometry" />
        </mxCell>
        <mxCell id="BZ9neWvH9tw47nREzwFn-73" parent="1" style="text;html=1;whiteSpace=wrap;strokeColor=none;fillColor=none;align=center;verticalAlign=middle;rounded=0;fontStyle=1" value="&lt;span style=&quot;font-weight: normal;&quot;&gt;Data&lt;/span&gt;" vertex="1">
          <mxGeometry height="20" width="60" x="155" y="640" as="geometry" />
        </mxCell>
        <mxCell id="BZ9neWvH9tw47nREzwFn-74" parent="1" style="text;html=1;whiteSpace=wrap;strokeColor=none;fillColor=none;align=center;verticalAlign=middle;rounded=0;fontStyle=1" value="&lt;span style=&quot;font-weight: normal;&quot;&gt;Data&lt;/span&gt;" vertex="1">
          <mxGeometry height="20" width="50" x="675" y="640" as="geometry" />
        </mxCell>
        <mxCell id="BZ9neWvH9tw47nREzwFn-75" parent="1" style="text;html=1;whiteSpace=wrap;strokeColor=none;fillColor=none;align=center;verticalAlign=middle;rounded=0;fontStyle=1" value="&lt;span style=&quot;font-weight: normal;&quot;&gt;Transfer response&lt;/span&gt;" vertex="1">
          <mxGeometry height="20" width="60" x="670" y="487.5" as="geometry" />
        </mxCell>
        <mxCell id="BZ9neWvH9tw47nREzwFn-76" parent="1" style="shape=curlyBracket;whiteSpace=wrap;html=1;rounded=1;labelPosition=left;verticalLabelPosition=middle;align=right;verticalAlign=middle;rotation=-180;" value="" vertex="1">
          <mxGeometry height="35" width="20" x="640" y="480" as="geometry" />
        </mxCell>
        <mxCell id="BZ9neWvH9tw47nREzwFn-77" parent="1" style="text;html=1;whiteSpace=wrap;strokeColor=none;fillColor=none;align=center;verticalAlign=middle;rounded=0;fontStyle=1" value="&lt;span style=&quot;font-weight: normal;&quot;&gt;Select signal&lt;/span&gt;" vertex="1">
          <mxGeometry height="20" width="90" x="140" y="430" as="geometry" />
        </mxCell>
      </root>
    </mxGraphModel>
  </diagram>
  <diagram id="Hd4ECfvz_bm4RMetZK8C" name="Master Interface">
    <mxGraphModel dx="764" dy="1105" grid="1" gridSize="10" guides="1" tooltips="1" connect="1" arrows="1" fold="1" page="1" pageScale="1" pageWidth="850" pageHeight="1100" math="0" shadow="0">
      <root>
        <mxCell id="0" />
        <mxCell id="1" parent="0" />
      </root>
    </mxGraphModel>
  </diagram>
  <diagram id="AYzUWjTrgIps4r00h7mQ" name="Master FSM">
    <mxGraphModel dx="437" dy="631" grid="1" gridSize="10" guides="1" tooltips="1" connect="1" arrows="1" fold="1" page="1" pageScale="1" pageWidth="850" pageHeight="1100" math="0" shadow="0">
      <root>
        <mxCell id="0" />
        <mxCell id="1" parent="0" />
        <mxCell id="gUlQ52oibdo8bB1fHUDe-6" edge="1" parent="1" source="gUlQ52oibdo8bB1fHUDe-1" style="edgeStyle=orthogonalEdgeStyle;rounded=0;orthogonalLoop=1;jettySize=auto;html=1;exitX=1;exitY=0.5;exitDx=0;exitDy=0;entryX=0;entryY=0.5;entryDx=0;entryDy=0;" target="gUlQ52oibdo8bB1fHUDe-2">
          <mxGeometry relative="1" as="geometry" />
        </mxCell>
        <mxCell id="gUlQ52oibdo8bB1fHUDe-8" edge="1" parent="1" source="gUlQ52oibdo8bB1fHUDe-1" style="edgeStyle=orthogonalEdgeStyle;rounded=0;orthogonalLoop=1;jettySize=auto;html=1;entryX=0.5;entryY=0;entryDx=0;entryDy=0;" target="gUlQ52oibdo8bB1fHUDe-5">
          <mxGeometry relative="1" as="geometry" />
        </mxCell>
        <mxCell id="gUlQ52oibdo8bB1fHUDe-1" parent="1" style="ellipse;whiteSpace=wrap;html=1;" value="IDLE" vertex="1">
          <mxGeometry height="80" width="120" x="200" y="200" as="geometry" />
        </mxCell>
        <mxCell id="gUlQ52oibdo8bB1fHUDe-7" edge="1" parent="1" source="gUlQ52oibdo8bB1fHUDe-2" style="edgeStyle=orthogonalEdgeStyle;rounded=0;orthogonalLoop=1;jettySize=auto;html=1;entryX=0.5;entryY=0;entryDx=0;entryDy=0;" target="gUlQ52oibdo8bB1fHUDe-3">
          <mxGeometry relative="1" as="geometry" />
        </mxCell>
        <mxCell id="gUlQ52oibdo8bB1fHUDe-2" parent="1" style="ellipse;whiteSpace=wrap;html=1;" value="WR_ADDR_PHASE" vertex="1">
          <mxGeometry height="80" width="120" x="440" y="200" as="geometry" />
        </mxCell>
        <mxCell id="gUlQ52oibdo8bB1fHUDe-10" edge="1" parent="1" source="gUlQ52oibdo8bB1fHUDe-3" style="edgeStyle=orthogonalEdgeStyle;rounded=0;orthogonalLoop=1;jettySize=auto;html=1;entryX=0.5;entryY=0;entryDx=0;entryDy=0;" target="gUlQ52oibdo8bB1fHUDe-9">
          <mxGeometry relative="1" as="geometry" />
        </mxCell>
        <mxCell id="8WBKzOnGMAMBHIHuB8Qa-4" edge="1" parent="1" source="gUlQ52oibdo8bB1fHUDe-3" style="edgeStyle=orthogonalEdgeStyle;rounded=0;orthogonalLoop=1;jettySize=auto;html=1;entryX=1;entryY=0.5;entryDx=0;entryDy=0;" target="gUlQ52oibdo8bB1fHUDe-5">
          <mxGeometry relative="1" as="geometry" />
        </mxCell>
        <mxCell id="gUlQ52oibdo8bB1fHUDe-3" parent="1" style="ellipse;whiteSpace=wrap;html=1;" value="WR_DATA_PHASE" vertex="1">
          <mxGeometry height="80" width="120" x="440" y="360" as="geometry" />
        </mxCell>
        <mxCell id="gUlQ52oibdo8bB1fHUDe-11" edge="1" parent="1" source="gUlQ52oibdo8bB1fHUDe-4" style="edgeStyle=orthogonalEdgeStyle;rounded=0;orthogonalLoop=1;jettySize=auto;html=1;entryX=0;entryY=0.5;entryDx=0;entryDy=0;" target="gUlQ52oibdo8bB1fHUDe-9">
          <mxGeometry relative="1" as="geometry" />
        </mxCell>
        <mxCell id="8WBKzOnGMAMBHIHuB8Qa-6" edge="1" parent="1" source="gUlQ52oibdo8bB1fHUDe-4" style="edgeStyle=orthogonalEdgeStyle;rounded=0;orthogonalLoop=1;jettySize=auto;html=1;exitX=0;exitY=0.5;exitDx=0;exitDy=0;entryX=0;entryY=0.5;entryDx=0;entryDy=0;" target="gUlQ52oibdo8bB1fHUDe-1">
          <mxGeometry relative="1" as="geometry">
            <Array as="points">
              <mxPoint x="160.03" y="560.03" />
              <mxPoint x="160.03" y="240.03" />
            </Array>
          </mxGeometry>
        </mxCell>
        <mxCell id="gUlQ52oibdo8bB1fHUDe-4" parent="1" style="ellipse;whiteSpace=wrap;html=1;" value="RD_DATA_PHASE" vertex="1">
          <mxGeometry height="80" width="120" x="200" y="520" as="geometry" />
        </mxCell>
        <mxCell id="8WBKzOnGMAMBHIHuB8Qa-3" edge="1" parent="1" source="gUlQ52oibdo8bB1fHUDe-5" style="edgeStyle=orthogonalEdgeStyle;rounded=0;orthogonalLoop=1;jettySize=auto;html=1;" target="gUlQ52oibdo8bB1fHUDe-4" value="">
          <mxGeometry relative="1" as="geometry" />
        </mxCell>
        <mxCell id="gUlQ52oibdo8bB1fHUDe-5" parent="1" style="ellipse;whiteSpace=wrap;html=1;" value="RD_ADDR_PHASE" vertex="1">
          <mxGeometry height="80" width="120" x="200" y="360" as="geometry" />
        </mxCell>
        <mxCell id="gUlQ52oibdo8bB1fHUDe-9" parent="1" style="ellipse;whiteSpace=wrap;html=1;" value="WAIT_STATE" vertex="1">
          <mxGeometry height="80" width="120" x="440" y="520" as="geometry" />
        </mxCell>
        <mxCell id="8WBKzOnGMAMBHIHuB8Qa-1" edge="1" parent="1" source="gUlQ52oibdo8bB1fHUDe-5" style="endArrow=classic;html=1;rounded=0;entryX=0;entryY=0;entryDx=0;entryDy=0;exitX=1;exitY=1;exitDx=0;exitDy=0;" target="gUlQ52oibdo8bB1fHUDe-9" value="">
          <mxGeometry height="50" relative="1" width="50" as="geometry">
            <mxPoint x="350" y="490" as="sourcePoint" />
            <mxPoint x="400" y="440" as="targetPoint" />
          </mxGeometry>
        </mxCell>
        <mxCell id="8WBKzOnGMAMBHIHuB8Qa-5" edge="1" parent="1" source="gUlQ52oibdo8bB1fHUDe-3" style="endArrow=classic;html=1;rounded=0;exitX=0;exitY=0;exitDx=0;exitDy=0;entryX=1;entryY=1;entryDx=0;entryDy=0;" target="gUlQ52oibdo8bB1fHUDe-1" value="">
          <mxGeometry height="50" relative="1" width="50" as="geometry">
            <mxPoint x="370" y="340" as="sourcePoint" />
            <mxPoint x="420" y="290" as="targetPoint" />
          </mxGeometry>
        </mxCell>
      </root>
    </mxGraphModel>
  </diagram>
</mxfile>
